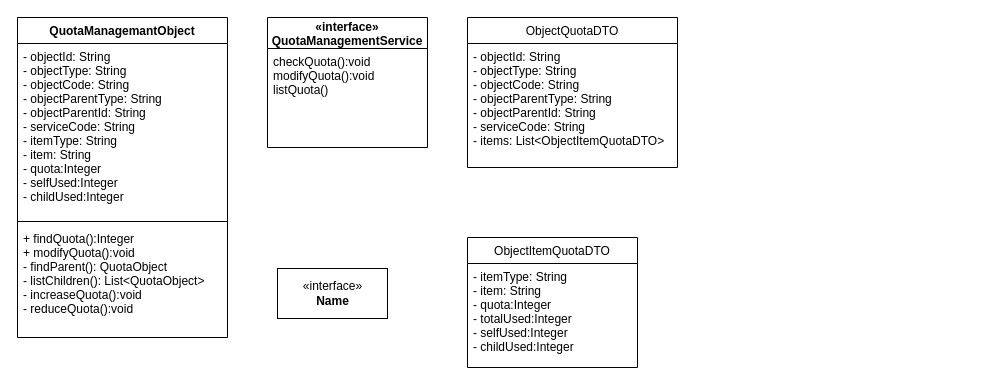
Before: Untitled Diagram.drawio in Darren0829/draw.io, a draw.io diagram. Source tidied: cells renumbered, new cells numbered last; positions are measured from the earlier drawing's top-left corner, leaving out a move shared by most shapes. Both pictures are drawn from the tidied source at 100%, with x=0, y=0 at pixel (17, 17).
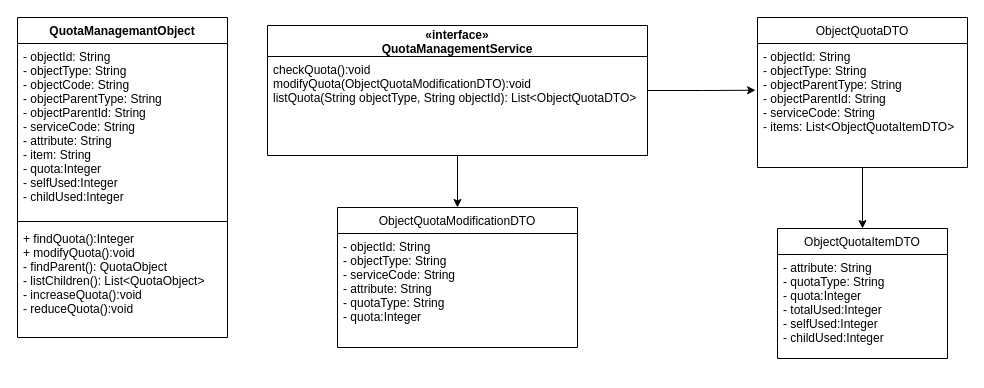
Above is the later version.

Diff of the diagram source:
```diff
@@
 <mxGraphModel>
   <root>
     <mxCell id="0" />
     <mxCell id="1" parent="0" />
     <mxCell id="2" value="QuotaManagemantObject" style="swimlane;fontStyle=1;align=center;verticalAlign=top;horizontal=1;startSize=26;" parent="1" vertex="1">
       <mxGeometry width="210" height="320" as="geometry" />
     </mxCell>
-    <mxCell id="3" value="- objectId: String&#10;- objectType: String&#10;- objectCode: String&#10;- objectParentType: String&#10;- objectParentId: String&#10;- serviceCode: String&#10;- itemType: String&#10;- item: String&#10;- quota:Integer&#10;- selfUsed:Integer&#10;- childUsed:Integer" style="text;strokeColor=none;fillColor=none;align=left;verticalAlign=top;spacingLeft=4;spacingRight=4;overflow=hidden;" parent="2" vertex="1">
+    <mxCell id="3" value="- objectId: String&#10;- objectType: String&#10;- objectCode: String&#10;- objectParentType: String&#10;- objectParentId: String&#10;- serviceCode: String&#10;- attribute: String&#10;- item: String&#10;- quota:Integer&#10;- selfUsed:Integer&#10;- childUsed:Integer" style="text;strokeColor=none;fillColor=none;align=left;verticalAlign=top;spacingLeft=4;spacingRight=4;overflow=hidden;" parent="2" vertex="1">
       <mxGeometry y="26" width="210" height="174" as="geometry" />
     </mxCell>
     <mxCell id="4" style="line;strokeWidth=1;fillColor=none;align=left;verticalAlign=middle;spacingTop=-1;spacingLeft=3;spacingRight=3;labelPosition=right;" parent="2" vertex="1">
       <mxGeometry y="200" width="210" height="8" as="geometry" />
     </mxCell>
     <mxCell id="5" value="+ findQuota():Integer&#10;+ modifyQuota():void&#10;- findParent(): QuotaObject&#10;- listChildren(): List&lt;QuotaObject&gt;&#10;- increaseQuota():void&#10;- reduceQuota():void" style="text;strokeColor=none;fillColor=none;align=left;verticalAlign=top;spacingLeft=4;spacingRight=4;overflow=hidden;" parent="2" vertex="1">
       <mxGeometry y="208" width="210" height="112" as="geometry" />
     </mxCell>
-    <mxCell id="6" value="&amp;laquo;interface&amp;raquo;&lt;br&gt;&lt;b&gt;Name&lt;/b&gt;" style="html=1;" parent="1" vertex="1">
-      <mxGeometry x="260" y="251" width="110" height="50" as="geometry" />
-    </mxCell>
+    <mxCell id="13" style="edgeStyle=orthogonalEdgeStyle;rounded=0;jettySize=auto;html=1;entryX=-0.009;entryY=0.377;entryDx=0;entryDy=0;entryPerimeter=0;" parent="1" edge="1" source="7" target="10">
+      <mxGeometry relative="1" as="geometry" />
+    </mxCell>
+    <mxCell id="14" style="edgeStyle=orthogonalEdgeStyle;rounded=0;jettySize=auto;html=1;entryX=0.5;entryY=0;entryDx=0;entryDy=0;" parent="1" edge="1" source="7" target="16">
+      <mxGeometry relative="1" as="geometry" />
+    </mxCell>
     <mxCell id="7" value="«interface»&#10;QuotaManagementService" style="swimlane;fontStyle=1;horizontal=1;startSize=31;fillColor=none;" parent="1" vertex="1">
-      <mxGeometry x="250" width="160" height="130" as="geometry" />
+      <mxGeometry x="250" y="8" width="380" height="130" as="geometry" />
     </mxCell>
-    <mxCell id="8" value="checkQuota():void&#10;modifyQuota():void&#10;listQuota()" style="text;strokeColor=none;fillColor=none;align=left;verticalAlign=top;spacingLeft=4;spacingRight=4;overflow=hidden;" parent="7" vertex="1">
-      <mxGeometry y="31" width="160" height="99" as="geometry" />
+    <mxCell id="8" value="checkQuota():void&#10;modifyQuota(ObjectQuotaModificationDTO):void&#10;listQuota(String objectType, String objectId): List&lt;ObjectQuotaDTO&gt;" style="text;strokeColor=none;fillColor=none;align=left;verticalAlign=top;spacingLeft=4;spacingRight=4;overflow=hidden;" parent="7" vertex="1">
+      <mxGeometry y="31" width="380" height="99" as="geometry" />
     </mxCell>
+    <mxCell id="15" style="edgeStyle=orthogonalEdgeStyle;rounded=0;jettySize=auto;html=1;entryX=0.5;entryY=0;entryDx=0;entryDy=0;" parent="1" edge="1" source="9" target="11">
+      <mxGeometry relative="1" as="geometry" />
+    </mxCell>
     <mxCell id="9" value="ObjectQuotaDTO" style="swimlane;fontStyle=0;horizontal=1;startSize=26;fillColor=none;" parent="1" vertex="1">
-      <mxGeometry x="450" width="210" height="150" as="geometry" />
+      <mxGeometry x="740" width="210" height="150" as="geometry" />
     </mxCell>
-    <mxCell id="10" value="- objectId: String&#10;- objectType: String&#10;- objectCode: String&#10;- objectParentType: String&#10;- objectParentId: String&#10;- serviceCode: String&#10;- items: List&lt;ObjectItemQuotaDTO&gt;" style="text;strokeColor=none;fillColor=none;align=left;verticalAlign=top;spacingLeft=4;spacingRight=4;overflow=hidden;points=[[0,0.5],[1,0.5]];portConstraint=eastwest;" parent="9" vertex="1">
+    <mxCell id="10" value="- objectId: String&#10;- objectType: String&#10;- objectParentType: String&#10;- objectParentId: String&#10;- serviceCode: String&#10;- items: List&lt;ObjectQuotaItemDTO&gt;" style="text;strokeColor=none;fillColor=none;align=left;verticalAlign=top;spacingLeft=4;spacingRight=4;overflow=hidden;points=[[0,0.5],[1,0.5]];portConstraint=eastwest;" parent="9" vertex="1">
       <mxGeometry y="26" width="210" height="124" as="geometry" />
     </mxCell>
-    <mxCell id="11" value="ObjectItemQuotaDTO" style="swimlane;fontStyle=0;horizontal=1;startSize=26;fillColor=none;" parent="1" vertex="1">
-      <mxGeometry x="450" y="220" width="170" height="130" as="geometry" />
+    <mxCell id="11" value="ObjectQuotaItemDTO" style="swimlane;fontStyle=0;horizontal=1;startSize=26;fillColor=none;" parent="1" vertex="1">
+      <mxGeometry x="760" y="211" width="170" height="130" as="geometry" />
     </mxCell>
-    <mxCell id="12" value="- itemType: String&#10;- item: String&#10;- quota:Integer&#10;- totalUsed:Integer&#10;- selfUsed:Integer&#10;- childUsed:Integer" style="text;strokeColor=none;fillColor=none;align=left;verticalAlign=top;spacingLeft=4;spacingRight=4;overflow=hidden;" parent="11" vertex="1">
+    <mxCell id="12" value="- attribute: String&#10;- quotaType: String&#10;- quota:Integer&#10;- totalUsed:Integer&#10;- selfUsed:Integer&#10;- childUsed:Integer" style="text;strokeColor=none;fillColor=none;align=left;verticalAlign=top;spacingLeft=4;spacingRight=4;overflow=hidden;" parent="11" vertex="1">
       <mxGeometry y="26" width="170" height="104" as="geometry" />
     </mxCell>
+    <mxCell id="16" value="ObjectQuotaModificationDTO" style="swimlane;fontStyle=0;horizontal=1;startSize=26;fillColor=none;" parent="1" vertex="1">
+      <mxGeometry x="320" y="190" width="240" height="140" as="geometry" />
+    </mxCell>
+    <mxCell id="17" value="- objectId: String&#10;- objectType: String&#10;- serviceCode: String&#10;- attribute: String&#10;- quotaType: String&#10;- quota:Integer" style="text;strokeColor=none;fillColor=none;align=left;verticalAlign=top;spacingLeft=4;spacingRight=4;overflow=hidden;" parent="16" vertex="1">
+      <mxGeometry y="26" width="240" height="114" as="geometry" />
+    </mxCell>
   </root>
 </mxGraphModel>
```
